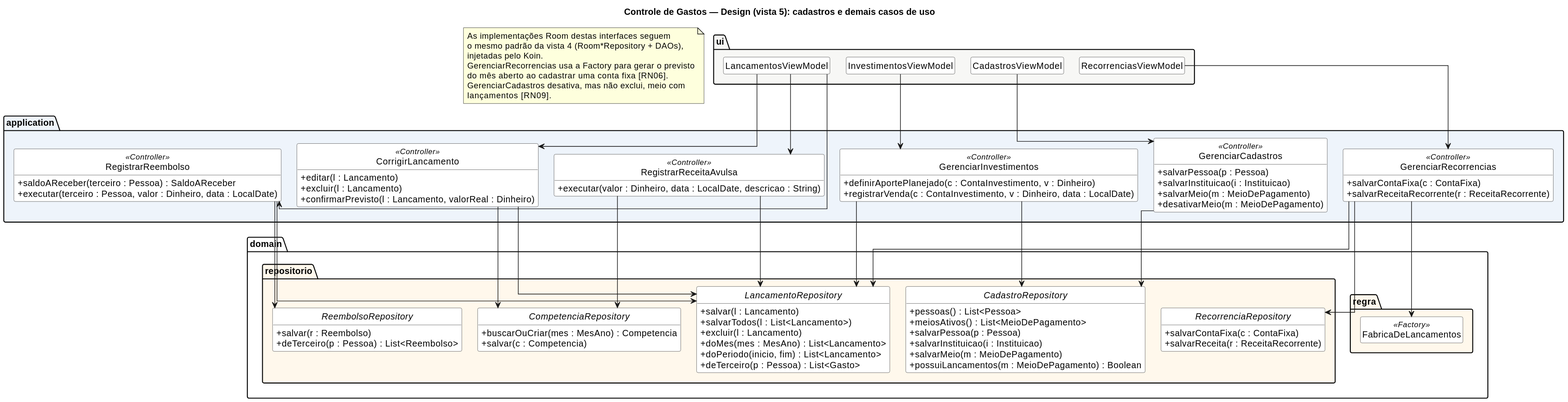
gabrielfbarbosa/gasto-certo keeps this PlantUML diagram as docs/uml/design-5-cadastros.svg. Above is the earlier version. Source of this version:
```plantuml
@startuml
title Controle de Gastos — Design (vista 5): cadastros e demais casos de uso
skinparam shadowing false
skinparam defaultFontName Helvetica
skinparam classAttributeIconSize 0
skinparam linetype ortho
skinparam nodesep 25
skinparam ranksep 55
skinparam class {
  BackgroundColor #FFFFFF
  BorderColor #444444
}
hide circle
hide empty members

package "ui" #F7F7F5 {
  class CadastrosViewModel
  class RecorrenciasViewModel
  class InvestimentosViewModel
  class LancamentosViewModel
}

package "application" #EEF4FB {
  class GerenciarCadastros <<Controller>> {
    + salvarPessoa(p : Pessoa)
    + salvarInstituicao(i : Instituicao)
    + salvarMeio(m : MeioDePagamento)
    + desativarMeio(m : MeioDePagamento)
  }
  class GerenciarRecorrencias <<Controller>> {
    + salvarContaFixa(c : ContaFixa)
    + salvarReceitaRecorrente(r : ReceitaRecorrente)
  }
  class GerenciarInvestimentos <<Controller>> {
    + definirAportePlanejado(c : ContaInvestimento, v : Dinheiro)
    + registrarVenda(c : ContaInvestimento, v : Dinheiro, data : LocalDate)
  }
  class RegistrarReceitaAvulsa <<Controller>> {
    + executar(valor : Dinheiro, data : LocalDate, descricao : String)
  }
  class CorrigirLancamento <<Controller>> {
    + editar(l : Lancamento)
    + excluir(l : Lancamento)
    + confirmarPrevisto(l : Lancamento, valorReal : Dinheiro)
  }
  class RegistrarReembolso <<Controller>> {
    + saldoAReceber(terceiro : Pessoa) : SaldoAReceber
    + executar(terceiro : Pessoa, valor : Dinheiro, data : LocalDate)
  }
}

package "domain.repositorio" #FFF8EC {
  interface LancamentoRepository {
    + salvar(l : Lancamento)
    + salvarTodos(l : List<Lancamento>)
    + excluir(l : Lancamento)
    + doMes(mes : MesAno) : List<Lancamento>
    + doPeriodo(inicio, fim) : List<Lancamento>
    + deTerceiro(p : Pessoa) : List<Gasto>
  }
  interface CompetenciaRepository {
    + buscarOuCriar(mes : MesAno) : Competencia
    + salvar(c : Competencia)
  }
  interface CadastroRepository {
    + pessoas() : List<Pessoa>
    + meiosAtivos() : List<MeioDePagamento>
    + salvarPessoa(p : Pessoa)
    + salvarInstituicao(i : Instituicao)
    + salvarMeio(m : MeioDePagamento)
    + possuiLancamentos(m : MeioDePagamento) : Boolean
  }
  interface RecorrenciaRepository {
    + salvarContaFixa(c : ContaFixa)
    + salvarReceita(r : ReceitaRecorrente)
  }
  interface ReembolsoRepository {
    + salvar(r : Reembolso)
    + deTerceiro(p : Pessoa) : List<Reembolso>
  }
}
package "domain.regra" #FFF8EC {
  class FabricaDeLancamentos <<Factory>>
}

CadastrosViewModel --> GerenciarCadastros
RecorrenciasViewModel --> GerenciarRecorrencias
InvestimentosViewModel --> GerenciarInvestimentos
LancamentosViewModel --> RegistrarReceitaAvulsa
LancamentosViewModel --> CorrigirLancamento
LancamentosViewModel --> RegistrarReembolso

GerenciarCadastros --> CadastroRepository
GerenciarRecorrencias --> RecorrenciaRepository
GerenciarRecorrencias --> FabricaDeLancamentos
GerenciarRecorrencias --> LancamentoRepository
GerenciarInvestimentos --> CadastroRepository
GerenciarInvestimentos --> LancamentoRepository
RegistrarReceitaAvulsa --> LancamentoRepository
RegistrarReceitaAvulsa --> CompetenciaRepository
CorrigirLancamento --> LancamentoRepository
CorrigirLancamento --> CompetenciaRepository
RegistrarReembolso --> LancamentoRepository
RegistrarReembolso --> ReembolsoRepository

note as N1
  As implementações Room destas interfaces seguem
  o mesmo padrão da vista 4 (Room*Repository + DAOs),
  injetadas pelo Koin.
  GerenciarRecorrencias usa a Factory para gerar o previsto
  do mês aberto ao cadastrar uma conta fixa  [RN06].
  GerenciarCadastros desativa, mas não exclui, meio com
  lançamentos  [RN09].
end note
@enduml
```
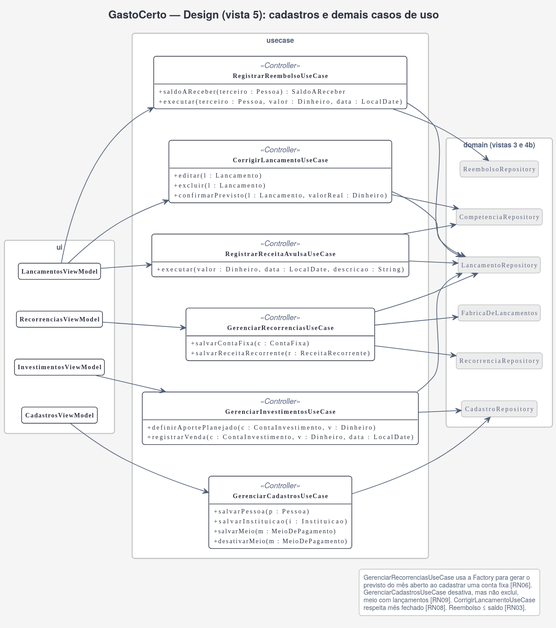
After the change.

Change to the diagram source:
```diff
@@ -1,115 +1,80 @@
 @startuml
-title Controle de Gastos — Design (vista 5): cadastros e demais casos de uso
-skinparam shadowing false
-skinparam defaultFontName Helvetica
-skinparam classAttributeIconSize 0
-skinparam linetype ortho
-skinparam nodesep 25
-skinparam ranksep 55
-skinparam class {
-  BackgroundColor #FFFFFF
-  BorderColor #444444
-}
+!include estilo.iuml
 hide circle
 hide empty members
+hide <<ref>> members
+hide <<ref>> stereotype
+hide <<foco>> stereotype
+title GastoCerto — Design (vista 5): cadastros e demais casos de uso
+left to right direction
 
-package "ui" #F7F7F5 {
+package "ui" {
   class CadastrosViewModel
   class RecorrenciasViewModel
   class InvestimentosViewModel
   class LancamentosViewModel
 }
-
-package "application" #EEF4FB {
-  class GerenciarCadastros <<Controller>> {
+package "usecase" {
+  class GerenciarCadastrosUseCase <<Controller>> {
     + salvarPessoa(p : Pessoa)
     + salvarInstituicao(i : Instituicao)
     + salvarMeio(m : MeioDePagamento)
     + desativarMeio(m : MeioDePagamento)
   }
-  class GerenciarRecorrencias <<Controller>> {
+  class GerenciarRecorrenciasUseCase <<Controller>> {
     + salvarContaFixa(c : ContaFixa)
     + salvarReceitaRecorrente(r : ReceitaRecorrente)
   }
-  class GerenciarInvestimentos <<Controller>> {
+  class GerenciarInvestimentosUseCase <<Controller>> {
     + definirAportePlanejado(c : ContaInvestimento, v : Dinheiro)
     + registrarVenda(c : ContaInvestimento, v : Dinheiro, data : LocalDate)
   }
-  class RegistrarReceitaAvulsa <<Controller>> {
+  class RegistrarReceitaAvulsaUseCase <<Controller>> {
     + executar(valor : Dinheiro, data : LocalDate, descricao : String)
   }
-  class CorrigirLancamento <<Controller>> {
+  class CorrigirLancamentoUseCase <<Controller>> {
     + editar(l : Lancamento)
     + excluir(l : Lancamento)
     + confirmarPrevisto(l : Lancamento, valorReal : Dinheiro)
   }
-  class RegistrarReembolso <<Controller>> {
+  class RegistrarReembolsoUseCase <<Controller>> {
     + saldoAReceber(terceiro : Pessoa) : SaldoAReceber
     + executar(terceiro : Pessoa, valor : Dinheiro, data : LocalDate)
   }
 }
-
-package "domain.repositorio" #FFF8EC {
-  interface LancamentoRepository {
-    + salvar(l : Lancamento)
-    + salvarTodos(l : List<Lancamento>)
-    + excluir(l : Lancamento)
-    + doMes(mes : MesAno) : List<Lancamento>
-    + doPeriodo(inicio, fim) : List<Lancamento>
-    + deTerceiro(p : Pessoa) : List<Gasto>
-  }
-  interface CompetenciaRepository {
-    + buscarOuCriar(mes : MesAno) : Competencia
-    + salvar(c : Competencia)
-  }
-  interface CadastroRepository {
-    + pessoas() : List<Pessoa>
-    + meiosAtivos() : List<MeioDePagamento>
-    + salvarPessoa(p : Pessoa)
-    + salvarInstituicao(i : Instituicao)
-    + salvarMeio(m : MeioDePagamento)
-    + possuiLancamentos(m : MeioDePagamento) : Boolean
-  }
-  interface RecorrenciaRepository {
-    + salvarContaFixa(c : ContaFixa)
-    + salvarReceita(r : ReceitaRecorrente)
-  }
-  interface ReembolsoRepository {
-    + salvar(r : Reembolso)
-    + deTerceiro(p : Pessoa) : List<Reembolso>
-  }
-}
-package "domain.regra" #FFF8EC {
-  class FabricaDeLancamentos <<Factory>>
+package "domain (vistas 3 e 4b)" {
+  class CadastroRepository <<ref>>
+  class RecorrenciaRepository <<ref>>
+  class LancamentoRepository <<ref>>
+  class CompetenciaRepository <<ref>>
+  class ReembolsoRepository <<ref>>
+  class FabricaDeLancamentos <<ref>>
 }
 
-CadastrosViewModel --> GerenciarCadastros
-RecorrenciasViewModel --> GerenciarRecorrencias
-InvestimentosViewModel --> GerenciarInvestimentos
-LancamentosViewModel --> RegistrarReceitaAvulsa
-LancamentosViewModel --> CorrigirLancamento
-LancamentosViewModel --> RegistrarReembolso
+CadastrosViewModel --> GerenciarCadastrosUseCase
+RecorrenciasViewModel --> GerenciarRecorrenciasUseCase
+InvestimentosViewModel --> GerenciarInvestimentosUseCase
+LancamentosViewModel --> RegistrarReceitaAvulsaUseCase
+LancamentosViewModel --> CorrigirLancamentoUseCase
+LancamentosViewModel --> RegistrarReembolsoUseCase
+GerenciarCadastrosUseCase --> CadastroRepository
+GerenciarRecorrenciasUseCase --> RecorrenciaRepository
+GerenciarRecorrenciasUseCase --> FabricaDeLancamentos
+GerenciarRecorrenciasUseCase --> LancamentoRepository
+GerenciarInvestimentosUseCase --> CadastroRepository
+GerenciarInvestimentosUseCase --> LancamentoRepository
+RegistrarReceitaAvulsaUseCase --> LancamentoRepository
+RegistrarReceitaAvulsaUseCase --> CompetenciaRepository
+CorrigirLancamentoUseCase --> LancamentoRepository
+CorrigirLancamentoUseCase --> CompetenciaRepository
+RegistrarReembolsoUseCase --> LancamentoRepository
+RegistrarReembolsoUseCase --> ReembolsoRepository
 
-GerenciarCadastros --> CadastroRepository
-GerenciarRecorrencias --> RecorrenciaRepository
-GerenciarRecorrencias --> FabricaDeLancamentos
-GerenciarRecorrencias --> LancamentoRepository
-GerenciarInvestimentos --> CadastroRepository
-GerenciarInvestimentos --> LancamentoRepository
-RegistrarReceitaAvulsa --> LancamentoRepository
-RegistrarReceitaAvulsa --> CompetenciaRepository
-CorrigirLancamento --> LancamentoRepository
-CorrigirLancamento --> CompetenciaRepository
-RegistrarReembolso --> LancamentoRepository
-RegistrarReembolso --> ReembolsoRepository
-
-note as N1
-  As implementações Room destas interfaces seguem
-  o mesmo padrão da vista 4 (Room*Repository + DAOs),
-  injetadas pelo Koin.
-  GerenciarRecorrencias usa a Factory para gerar o previsto
-  do mês aberto ao cadastrar uma conta fixa  [RN06].
-  GerenciarCadastros desativa, mas não exclui, meio com
-  lançamentos  [RN09].
-end note
+legend right
+  GerenciarRecorrenciasUseCase usa a Factory para gerar o
+  previsto do mês aberto ao cadastrar uma conta fixa [RN06].
+  GerenciarCadastrosUseCase desativa, mas não exclui,
+  meio com lançamentos [RN09]. CorrigirLancamentoUseCase
+  respeita mês fechado [RN08]. Reembolso ≤ saldo [RN03].
+endlegend
 @enduml
```
